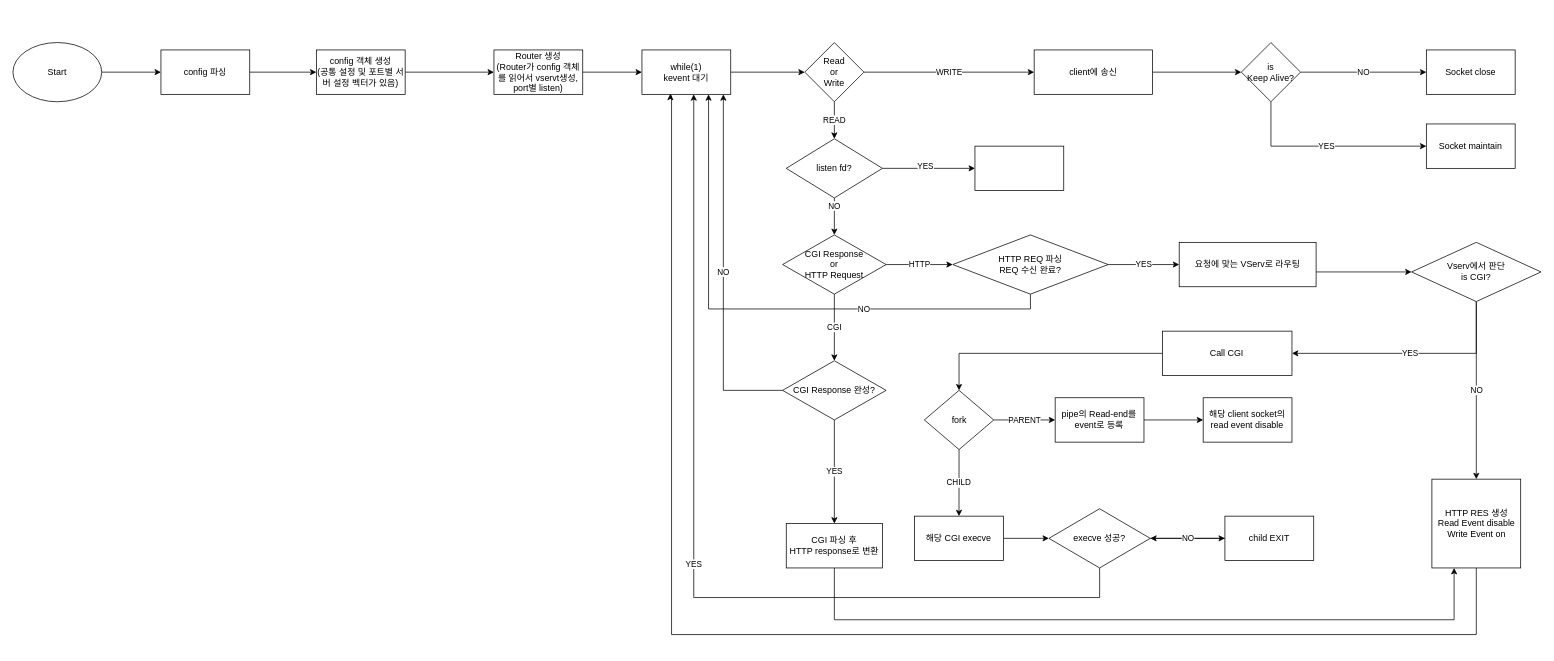
myLittleWebserv/myLittleWebserv keeps this draw.io diagram as page "Page-1" (1 of 2) of FlowChart.drawio. Above is the earlier version. Source tidied: cells renumbered, new cells numbered last; positions are measured from the earlier drawing's top-left corner, leaving out a move shared by most shapes. Both pictures are drawn from the tidied source at 74%, with x=0, y=0 at pixel (13, 42).
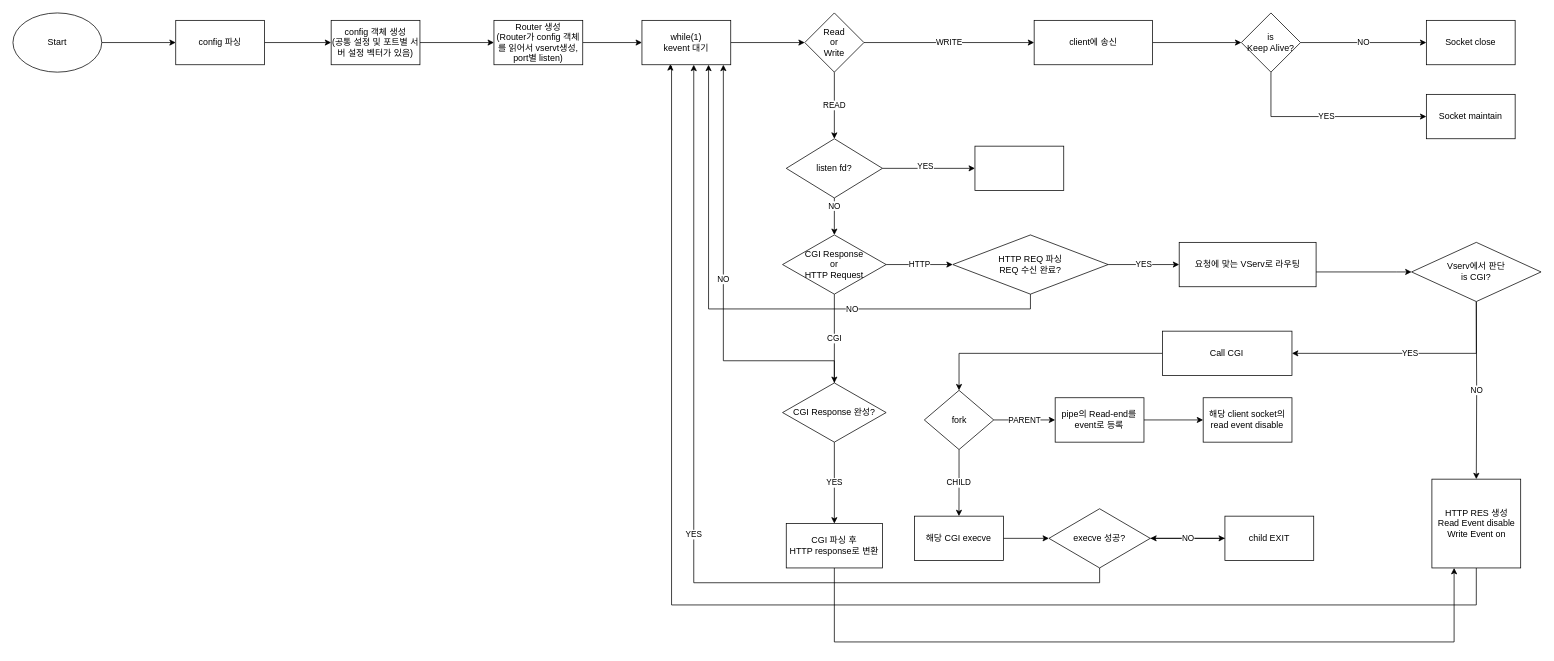
Above is the later version.

Commit message:
[feat] class diagram added

Unchanged cells that the change refers to:
```xml
<mxCell id="17" value="요청에 맞는 VServ로 라우팅" style="whiteSpace=wrap;html=1;rounded=0;" parent="1" vertex="1">
  <mxGeometry x="1576" y="270" width="185" height="60" as="geometry" />
</mxCell>
<mxCell id="20" value="Vserv에서 판단&lt;br&gt;is CGI?" style="rhombus;whiteSpace=wrap;html=1;" parent="1" vertex="1">
  <mxGeometry x="1890" y="270" width="175" height="80" as="geometry" />
</mxCell>
<mxCell id="22" value="Call CGI" style="whiteSpace=wrap;html=1;" parent="1" vertex="1">
  <mxGeometry x="1553.4" y="390" width="175" height="60" as="geometry" />
</mxCell>
<mxCell id="24" value="HTTP RES 생성&lt;br&gt;Read Event disable&lt;br&gt;Write Event on" style="whiteSpace=wrap;html=1;" parent="1" vertex="1">
  <mxGeometry x="1917.5" y="590" width="120" height="120" as="geometry" />
</mxCell>
<mxCell id="35" value="execve 성공?" style="rhombus;whiteSpace=wrap;html=1;" parent="1" vertex="1">
  <mxGeometry x="1400" y="630" width="136.9" height="80" as="geometry" />
</mxCell>
<mxCell id="45" value="CGI 파싱 후&lt;br&gt;HTTP response로 변환" style="whiteSpace=wrap;html=1;" parent="1" vertex="1">
  <mxGeometry x="1045" y="650" width="130" height="60" as="geometry" />
</mxCell>
```

The edit, as a diff of the source:
```diff
@@
     <mxCell id="3" value="Start" style="ellipse;whiteSpace=wrap;html=1;" parent="1" vertex="1">
-      <mxGeometry width="120" height="80" as="geometry" />
+      <mxGeometry y="-40" width="120" height="80" as="geometry" />
     </mxCell>
@@
     <mxCell id="5" value="config 파싱" style="rounded=0;whiteSpace=wrap;html=1;" parent="1" vertex="1">
-      <mxGeometry x="200" y="10" width="120" height="60" as="geometry" />
+      <mxGeometry x="220" y="-30" width="120" height="60" as="geometry" />
     </mxCell>
@@
     <mxCell id="7" value="config 객체 생성&lt;br&gt;(공통 설정 및 포트별 서버 설정 벡터가 있음)" style="rounded=0;whiteSpace=wrap;html=1;" parent="1" vertex="1">
-      <mxGeometry x="410" y="10" width="120" height="60" as="geometry" />
+      <mxGeometry x="430" y="-30" width="120" height="60" as="geometry" />
     </mxCell>
@@
     <mxCell id="9" value="Router 생성&lt;br&gt;(Router가 config 객체를 읽어서 vservt생성, port별 listen)" style="rounded=0;whiteSpace=wrap;html=1;" parent="1" vertex="1">
-      <mxGeometry x="650" y="10" width="120" height="60" as="geometry" />
+      <mxGeometry x="650" y="-30" width="120" height="60" as="geometry" />
     </mxCell>
@@
     <mxCell id="11" value="while(1)&lt;br&gt;kevent 대기" style="whiteSpace=wrap;html=1;rounded=0;" parent="1" vertex="1">
-      <mxGeometry x="850" y="10" width="120" height="60" as="geometry" />
+      <mxGeometry x="850" y="-30" width="120" height="60" as="geometry" />
     </mxCell>
@@
-    <mxCell id="16" style="edgeStyle=orthogonalEdgeStyle;rounded=0;jettySize=auto;html=1;entryX=0;entryY=0.5;entryDx=0;entryDy=0;" parent="1" edge="1" source="17" target="20">
+    <mxCell id="16" style="edgeStyle=orthogonalEdgeStyle;rounded=0;jettySize=auto;html=1;entryX=0;entryY=0.5;entryDx=0;entryDy=0;" parent="1" edge="1" source="17">
       <mxGeometry relative="1" as="geometry">
+        <mxPoint x="1890" y="310" as="targetPoint" />
         <Array as="points">
           <mxPoint x="1870" y="310" />
           <mxPoint x="1870" y="310" />
         </Array>
       </mxGeometry>
     </mxCell>
@@
-    <mxCell id="18" value="YES" style="edgeStyle=orthogonalEdgeStyle;rounded=0;jettySize=auto;html=1;" parent="1" edge="1" source="20" target="22">
+    <mxCell id="18" value="YES" style="edgeStyle=orthogonalEdgeStyle;rounded=0;jettySize=auto;html=1;" parent="1" edge="1" target="22">
       <mxGeometry relative="1" as="geometry">
+        <mxPoint x="1977.5" y="350" as="sourcePoint" />
         <Array as="points">
           <mxPoint x="1978" y="420" />
         </Array>
       </mxGeometry>
     </mxCell>
-    <mxCell id="19" value="NO" style="edgeStyle=orthogonalEdgeStyle;rounded=0;jettySize=auto;html=1;" parent="1" edge="1" source="20" target="24">
-      <mxGeometry relative="1" as="geometry" />
+    <mxCell id="19" value="NO" style="edgeStyle=orthogonalEdgeStyle;rounded=0;jettySize=auto;html=1;" parent="1" edge="1" target="24">
+      <mxGeometry relative="1" as="geometry">
+        <mxPoint x="1977.5" y="350" as="sourcePoint" />
+      </mxGeometry>
     </mxCell>
@@
     <mxCell id="23" style="edgeStyle=orthogonalEdgeStyle;rounded=0;jettySize=auto;html=1;entryX=0.32;entryY=0.988;entryDx=0;entryDy=0;entryPerimeter=0;" parent="1" edge="1" source="24" target="11">
       <mxGeometry relative="1" as="geometry">
         <Array as="points">
-          <mxPoint x="1978" y="800" />
-          <mxPoint x="890" y="800" />
-          <mxPoint x="890" y="72" />
-          <mxPoint x="888" y="72" />
+          <mxPoint x="1978" y="760" />
+          <mxPoint x="890" y="760" />
+          <mxPoint x="890" y="32" />
+          <mxPoint x="888" y="32" />
         </Array>
       </mxGeometry>
     </mxCell>
@@
     <mxCell id="34" value="YES" style="edgeStyle=orthogonalEdgeStyle;rounded=0;jettySize=auto;html=1;" parent="1" edge="1" source="35">
       <mxGeometry relative="1" as="geometry">
-        <mxPoint x="920" y="70" as="targetPoint" />
+        <mxPoint x="920" y="30" as="targetPoint" />
         <Array as="points">
-          <mxPoint x="1469" y="750" />
-          <mxPoint x="920" y="750" />
+          <mxPoint x="1469" y="730" />
+          <mxPoint x="920" y="730" />
         </Array>
       </mxGeometry>
     </mxCell>
@@
     <mxCell id="42" value="NO" style="edgeStyle=orthogonalEdgeStyle;rounded=0;jettySize=auto;html=1;" parent="1" edge="1" source="43">
       <mxGeometry relative="1" as="geometry">
-        <mxPoint x="960" y="70" as="targetPoint" />
+        <mxPoint x="960" y="30" as="targetPoint" />
         <Array as="points">
-          <mxPoint x="960" y="470" />
-          <mxPoint x="960" y="70" />
+          <mxPoint x="960" y="430" />
+          <mxPoint x="960" y="30" />
         </Array>
       </mxGeometry>
     </mxCell>
     <mxCell id="43" value="CGI Response 완성?" style="rhombus;whiteSpace=wrap;html=1;" parent="1" vertex="1">
-      <mxGeometry x="1040" y="430" width="140" height="80" as="geometry" />
+      <mxGeometry x="1040" y="460" width="140" height="80" as="geometry" />
     </mxCell>
     <mxCell id="44" style="edgeStyle=orthogonalEdgeStyle;rounded=0;jettySize=auto;html=1;entryX=0.25;entryY=1;entryDx=0;entryDy=0;" parent="1" edge="1" source="45" target="24">
       <mxGeometry relative="1" as="geometry">
         <Array as="points">
-          <mxPoint x="1110" y="780" />
-          <mxPoint x="1948" y="780" />
+          <mxPoint x="1110" y="810" />
+          <mxPoint x="1948" y="810" />
         </Array>
       </mxGeometry>
     </mxCell>
@@
     <mxCell id="48" value="Read&lt;br&gt;or&lt;br&gt;Write" style="rhombus;whiteSpace=wrap;html=1;rounded=0;" parent="1" vertex="1">
-      <mxGeometry x="1070" width="80" height="80" as="geometry" />
+      <mxGeometry x="1070" y="-40" width="80" height="80" as="geometry" />
     </mxCell>
@@
     <mxCell id="50" value="client에 송신" style="whiteSpace=wrap;html=1;rounded=0;" parent="1" vertex="1">
-      <mxGeometry x="1380" y="10" width="160" height="60" as="geometry" />
+      <mxGeometry x="1380" y="-30" width="160" height="60" as="geometry" />
     </mxCell>
@@
     <mxCell id="52" value="YES" style="edgeStyle=orthogonalEdgeStyle;rounded=0;jettySize=auto;html=1;" parent="1" edge="1" source="53" target="55">
       <mxGeometry relative="1" as="geometry">
         <Array as="points">
-          <mxPoint x="1700" y="140" />
+          <mxPoint x="1700" y="100" />
         </Array>
       </mxGeometry>
     </mxCell>
     <mxCell id="53" value="is&lt;br&gt;Keep Alive?" style="rhombus;whiteSpace=wrap;html=1;rounded=0;" parent="1" vertex="1">
-      <mxGeometry x="1660" width="80" height="80" as="geometry" />
+      <mxGeometry x="1660" y="-40" width="80" height="80" as="geometry" />
     </mxCell>
     <mxCell id="54" value="Socket close" style="whiteSpace=wrap;html=1;rounded=0;" parent="1" vertex="1">
-      <mxGeometry x="1910" y="10" width="120" height="60" as="geometry" />
+      <mxGeometry x="1910" y="-30" width="120" height="60" as="geometry" />
     </mxCell>
     <mxCell id="55" value="Socket maintain" style="whiteSpace=wrap;html=1;rounded=0;" parent="1" vertex="1">
-      <mxGeometry x="1910" y="110" width="120" height="60" as="geometry" />
+      <mxGeometry x="1910" y="70" width="120" height="60" as="geometry" />
     </mxCell>
```
